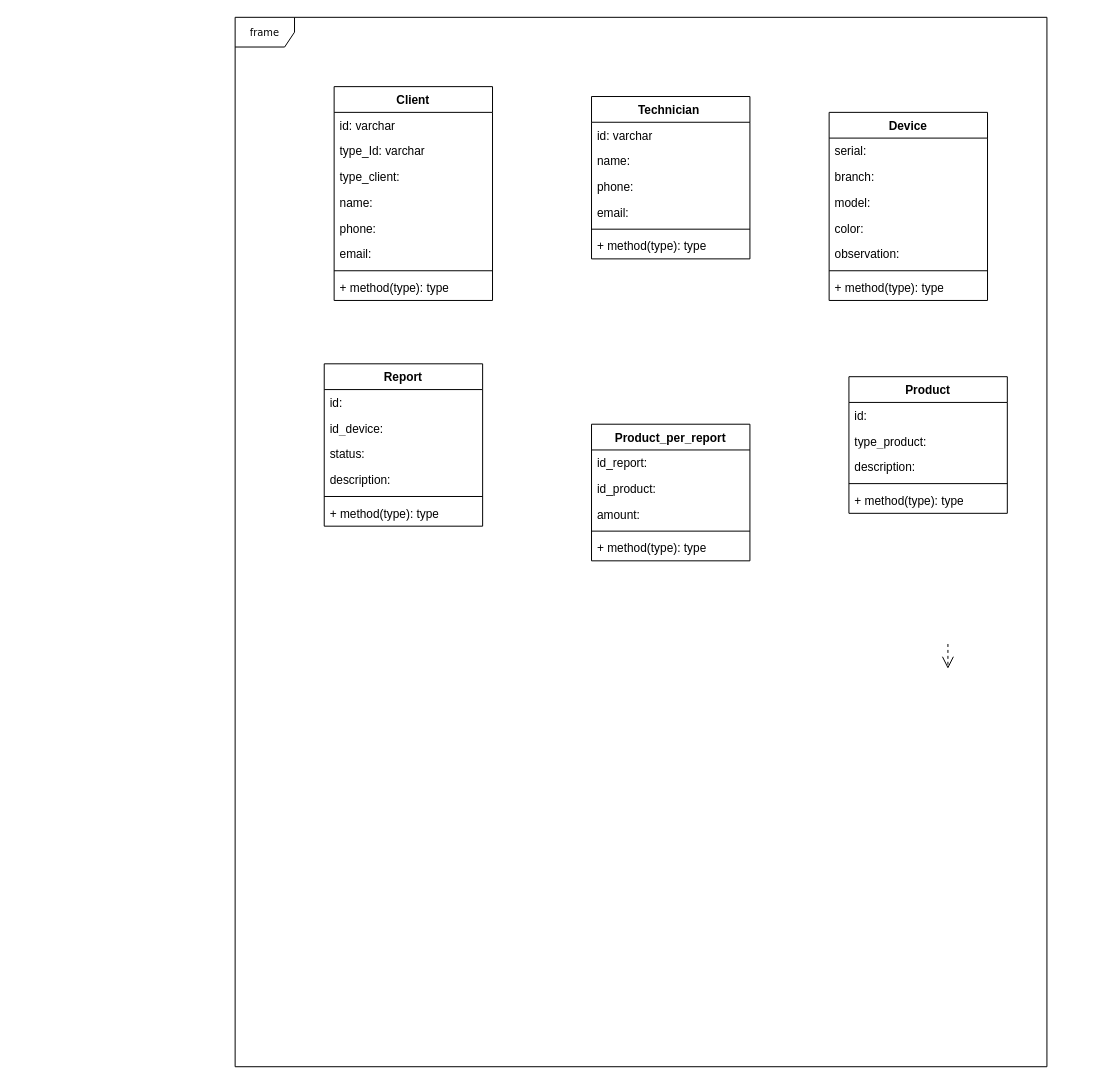
Alejo2304/website_projects keeps this draw.io diagram as projects/tech_support/Tech_support.drawio. Above is the earlier version. Source tidied: cells renumbered, new cells numbered last; positions are measured from the earlier drawing's top-left corner, leaving out a move shared by most shapes. Both pictures are drawn from the tidied source at 99%, with x=0, y=0 at pixel (235, 17).
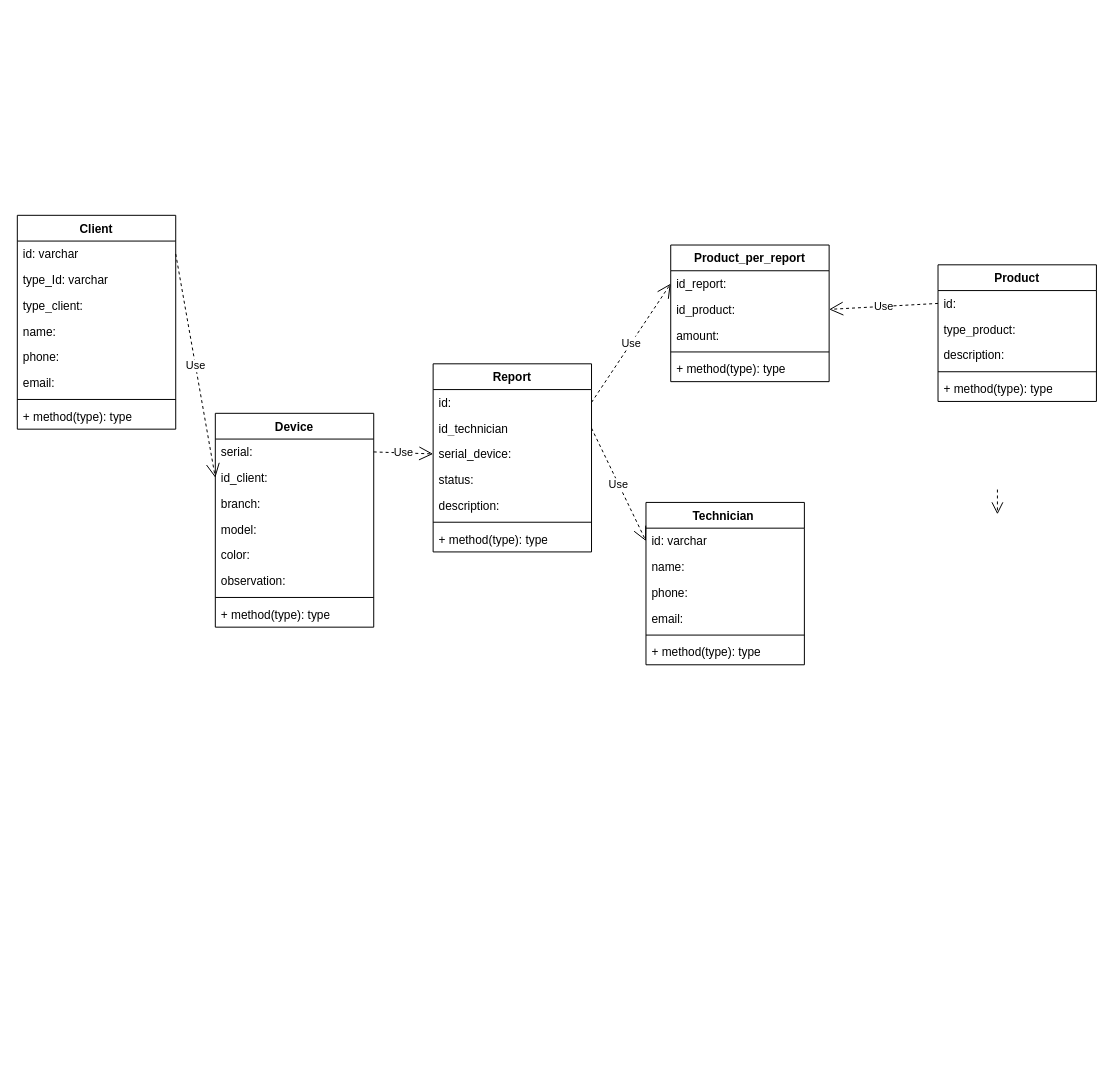
The same diagram, later.

The change refers to these unchanged cells:
```xml
<mxCell id="5" value="id: varchar" style="text;strokeColor=none;fillColor=none;align=left;verticalAlign=top;spacingLeft=4;spacingRight=4;overflow=hidden;points=[[0,0.5],[1,0.5]];portConstraint=eastwest;whiteSpace=wrap;html=1;" parent="4" vertex="1">
  <mxGeometry y="26" width="160" height="26" as="geometry" />
</mxCell>
<mxCell id="14" value="id: varchar&lt;div&gt;&lt;br/&gt;&lt;/div&gt;" style="text;strokeColor=none;fillColor=none;align=left;verticalAlign=top;spacingLeft=4;spacingRight=4;overflow=hidden;points=[[0,0.5],[1,0.5]];portConstraint=eastwest;whiteSpace=wrap;html=1;" parent="13" vertex="1">
  <mxGeometry y="26" width="160" height="26" as="geometry" />
</mxCell>
<mxCell id="21" value="serial:&amp;nbsp;&lt;div&gt;&lt;br/&gt;&lt;/div&gt;" style="text;strokeColor=none;fillColor=none;align=left;verticalAlign=top;spacingLeft=4;spacingRight=4;overflow=hidden;points=[[0,0.5],[1,0.5]];portConstraint=eastwest;whiteSpace=wrap;html=1;" parent="20" vertex="1">
  <mxGeometry y="26" width="160" height="26" as="geometry" />
</mxCell>
<mxCell id="29" value="id:" style="text;strokeColor=none;fillColor=none;align=left;verticalAlign=top;spacingLeft=4;spacingRight=4;overflow=hidden;points=[[0,0.5],[1,0.5]];portConstraint=eastwest;whiteSpace=wrap;html=1;" parent="28" vertex="1">
  <mxGeometry y="26" width="160" height="26" as="geometry" />
</mxCell>
<mxCell id="36" value="id:&amp;nbsp;&lt;div&gt;&lt;br/&gt;&lt;/div&gt;" style="text;strokeColor=none;fillColor=none;align=left;verticalAlign=top;spacingLeft=4;spacingRight=4;overflow=hidden;points=[[0,0.5],[1,0.5]];portConstraint=eastwest;whiteSpace=wrap;html=1;" parent="35" vertex="1">
  <mxGeometry y="26" width="160" height="26" as="geometry" />
</mxCell>
<mxCell id="42" value="id_report:" style="text;strokeColor=none;fillColor=none;align=left;verticalAlign=top;spacingLeft=4;spacingRight=4;overflow=hidden;points=[[0,0.5],[1,0.5]];portConstraint=eastwest;whiteSpace=wrap;html=1;" parent="41" vertex="1">
  <mxGeometry y="26" width="160" height="26" as="geometry" />
</mxCell>
<mxCell id="43" value="id_product:" style="text;strokeColor=none;fillColor=none;align=left;verticalAlign=top;spacingLeft=4;spacingRight=4;overflow=hidden;points=[[0,0.5],[1,0.5]];portConstraint=eastwest;whiteSpace=wrap;html=1;" parent="41" vertex="1">
  <mxGeometry y="52" width="160" height="26" as="geometry" />
</mxCell>
```

Change to the diagram source:
```diff
@@
-    <mxCell id="2" value="frame" style="shape=umlFrame;whiteSpace=wrap;html=1;rounded=0;shadow=0;comic=0;labelBackgroundColor=none;strokeWidth=1;fontFamily=Verdana;fontSize=10;align=center;" parent="1" vertex="1">
-      <mxGeometry width="820" height="1060" as="geometry" />
-    </mxCell>
     <mxCell id="3" style="edgeStyle=orthogonalEdgeStyle;rounded=0;html=1;dashed=1;labelBackgroundColor=none;startFill=0;endArrow=open;endFill=0;endSize=10;fontFamily=Verdana;fontSize=10;" parent="1" edge="1">
       <mxGeometry relative="1" as="geometry">
-        <mxPoint x="720" y="633" as="sourcePoint" />
-        <mxPoint x="720" y="658" as="targetPoint" />
+        <mxPoint x="770" y="477" as="sourcePoint" />
+        <mxPoint x="770" y="502" as="targetPoint" />
       </mxGeometry>
     </mxCell>
     <mxCell id="4" value="Client" style="swimlane;fontStyle=1;align=center;verticalAlign=top;horizontal=1;startSize=26;whiteSpace=wrap;html=1;" parent="1" vertex="1">
-      <mxGeometry x="100" y="70" width="160" height="216" as="geometry" />
+      <mxGeometry x="-220" y="200" width="160" height="216" as="geometry" />
     </mxCell>
@@
     <mxCell id="13" value="Technician&amp;nbsp;" style="swimlane;fontStyle=1;align=center;verticalAlign=top;horizontal=1;startSize=26;whiteSpace=wrap;html=1;" parent="1" vertex="1">
-      <mxGeometry x="360" y="80" width="160" height="164" as="geometry" />
+      <mxGeometry x="415" y="490" width="160" height="164" as="geometry" />
     </mxCell>
@@
     <mxCell id="20" value="Device" style="swimlane;fontStyle=1;align=center;verticalAlign=top;horizontal=1;startSize=26;whiteSpace=wrap;html=1;" parent="1" vertex="1">
-      <mxGeometry x="600" y="96" width="160" height="190" as="geometry" />
+      <mxGeometry x="-20" y="400" width="160" height="216" as="geometry" />
     </mxCell>
@@
+    <mxCell id="47" value="id_client:" style="text;strokeColor=none;fillColor=none;align=left;verticalAlign=top;spacingLeft=4;spacingRight=4;overflow=hidden;points=[[0,0.5],[1,0.5]];portConstraint=eastwest;whiteSpace=wrap;html=1;" parent="20" vertex="1">
+      <mxGeometry y="52" width="160" height="26" as="geometry" />
+    </mxCell>
     <mxCell id="22" value="branch:&lt;div&gt;&lt;br/&gt;&lt;/div&gt;" style="text;strokeColor=none;fillColor=none;align=left;verticalAlign=top;spacingLeft=4;spacingRight=4;overflow=hidden;whiteSpace=wrap;html=1;" parent="20" vertex="1">
-      <mxGeometry y="52" width="160" height="26" as="geometry" />
+      <mxGeometry y="78" width="160" height="26" as="geometry" />
     </mxCell>
     <mxCell id="23" value="model:" style="text;strokeColor=none;fillColor=none;align=left;verticalAlign=top;spacingLeft=4;spacingRight=4;overflow=hidden;whiteSpace=wrap;html=1;" parent="20" vertex="1">
-      <mxGeometry y="78" width="160" height="26" as="geometry" />
+      <mxGeometry y="104" width="160" height="26" as="geometry" />
     </mxCell>
     <mxCell id="24" value="color:" style="text;strokeColor=none;fillColor=none;align=left;verticalAlign=top;spacingLeft=4;spacingRight=4;overflow=hidden;whiteSpace=wrap;html=1;" parent="20" vertex="1">
-      <mxGeometry y="104" width="160" height="26" as="geometry" />
+      <mxGeometry y="130" width="160" height="26" as="geometry" />
     </mxCell>
     <mxCell id="25" value="observation:&amp;nbsp;" style="text;strokeColor=none;fillColor=none;align=left;verticalAlign=top;spacingLeft=4;spacingRight=4;overflow=hidden;whiteSpace=wrap;html=1;" parent="20" vertex="1">
-      <mxGeometry y="130" width="160" height="26" as="geometry" />
+      <mxGeometry y="156" width="160" height="26" as="geometry" />
     </mxCell>
     <mxCell id="26" style="line;strokeWidth=1;fillColor=none;align=left;verticalAlign=middle;spacingTop=-1;spacingLeft=3;spacingRight=3;labelPosition=right;strokeColor=inherit;" parent="20" vertex="1">
-      <mxGeometry y="156" width="160" height="8" as="geometry" />
+      <mxGeometry y="182" width="160" height="8" as="geometry" />
     </mxCell>
     <mxCell id="27" value="+ method(type): type" style="text;strokeColor=none;fillColor=none;align=left;verticalAlign=top;spacingLeft=4;spacingRight=4;overflow=hidden;whiteSpace=wrap;html=1;" parent="20" vertex="1">
-      <mxGeometry y="164" width="160" height="26" as="geometry" />
+      <mxGeometry y="190" width="160" height="26" as="geometry" />
     </mxCell>
     <mxCell id="28" value="Report" style="swimlane;fontStyle=1;align=center;verticalAlign=top;horizontal=1;startSize=26;whiteSpace=wrap;html=1;" parent="1" vertex="1">
-      <mxGeometry x="90" y="350" width="160" height="164" as="geometry" />
+      <mxGeometry x="200" y="350" width="160" height="190" as="geometry" />
     </mxCell>
@@
+    <mxCell id="48" value="id_technician" style="text;strokeColor=none;fillColor=none;align=left;verticalAlign=top;spacingLeft=4;spacingRight=4;overflow=hidden;points=[[0,0.5],[1,0.5]];portConstraint=eastwest;whiteSpace=wrap;html=1;" parent="28" vertex="1">
+      <mxGeometry y="52" width="160" height="26" as="geometry" />
+    </mxCell>
-    <mxCell id="30" value="id_device:" style="text;strokeColor=none;fillColor=none;align=left;verticalAlign=top;spacingLeft=4;spacingRight=4;overflow=hidden;points=[[0,0.5],[1,0.5]];portConstraint=eastwest;whiteSpace=wrap;html=1;" parent="28" vertex="1">
-      <mxGeometry y="52" width="160" height="26" as="geometry" />
+    <mxCell id="30" value="serial_device:" style="text;strokeColor=none;fillColor=none;align=left;verticalAlign=top;spacingLeft=4;spacingRight=4;overflow=hidden;points=[[0,0.5],[1,0.5]];portConstraint=eastwest;whiteSpace=wrap;html=1;" parent="28" vertex="1">
+      <mxGeometry y="78" width="160" height="26" as="geometry" />
     </mxCell>
     <mxCell id="31" value="status:&lt;br&gt;&lt;span style=&quot;white-space: pre;&quot;&gt;&#9;&lt;/span&gt;&lt;span style=&quot;white-space: pre;&quot;&gt;&#9;&lt;/span&gt;&lt;span style=&quot;white-space: pre;&quot;&gt;&#9;&lt;/span&gt;&lt;span style=&quot;white-space: pre;&quot;&gt;&#9;&lt;/span&gt;&lt;span style=&quot;white-space: pre;&quot;&gt;&#9;&lt;/span&gt;&lt;span style=&quot;white-space: pre;&quot;&gt;&#9;&lt;/span&gt;&lt;span style=&quot;white-space: pre;&quot;&gt;&#9;&lt;/span&gt;" style="text;strokeColor=none;fillColor=none;align=left;verticalAlign=top;spacingLeft=4;spacingRight=4;overflow=hidden;whiteSpace=wrap;html=1;" parent="28" vertex="1">
-      <mxGeometry y="78" width="160" height="26" as="geometry" />
+      <mxGeometry y="104" width="160" height="26" as="geometry" />
     </mxCell>
     <mxCell id="32" value="description:" style="text;strokeColor=none;fillColor=none;align=left;verticalAlign=top;spacingLeft=4;spacingRight=4;overflow=hidden;whiteSpace=wrap;html=1;" parent="28" vertex="1">
-      <mxGeometry y="104" width="160" height="26" as="geometry" />
+      <mxGeometry y="130" width="160" height="26" as="geometry" />
     </mxCell>
     <mxCell id="33" style="line;strokeWidth=1;fillColor=none;align=left;verticalAlign=middle;spacingTop=-1;spacingLeft=3;spacingRight=3;labelPosition=right;strokeColor=inherit;" parent="28" vertex="1">
-      <mxGeometry y="130" width="160" height="8" as="geometry" />
+      <mxGeometry y="156" width="160" height="8" as="geometry" />
     </mxCell>
     <mxCell id="34" value="+ method(type): type" style="text;strokeColor=none;fillColor=none;align=left;verticalAlign=top;spacingLeft=4;spacingRight=4;overflow=hidden;whiteSpace=wrap;html=1;" parent="28" vertex="1">
-      <mxGeometry y="138" width="160" height="26" as="geometry" />
+      <mxGeometry y="164" width="160" height="26" as="geometry" />
     </mxCell>
     <mxCell id="35" value="Product" style="swimlane;fontStyle=1;align=center;verticalAlign=top;horizontal=1;startSize=26;whiteSpace=wrap;html=1;" parent="1" vertex="1">
-      <mxGeometry x="620" y="363" width="160" height="138" as="geometry" />
+      <mxGeometry x="710" y="250" width="160" height="138" as="geometry" />
     </mxCell>
@@
     <mxCell id="41" value="Product_per_report" style="swimlane;fontStyle=1;align=center;verticalAlign=top;horizontal=1;startSize=26;whiteSpace=wrap;html=1;" parent="1" vertex="1">
-      <mxGeometry x="360" y="411" width="160" height="138" as="geometry" />
+      <mxGeometry x="440" y="230" width="160" height="138" as="geometry" />
     </mxCell>
@@
+    <mxCell id="49" value="Use" style="endArrow=open;endSize=12;dashed=1;html=1;rounded=0;exitX=1;exitY=0.5;exitDx=0;exitDy=0;entryX=0;entryY=0.5;entryDx=0;entryDy=0;" parent="1" edge="1" source="29" target="42">
+      <mxGeometry relative="1" as="geometry" />
+    </mxCell>
+    <mxCell id="50" value="Use" style="endArrow=open;endSize=12;dashed=1;html=1;rounded=0;exitX=0;exitY=0.5;exitDx=0;exitDy=0;entryX=1;entryY=0.5;entryDx=0;entryDy=0;" parent="1" edge="1" source="36" target="43">
+      <mxGeometry relative="1" as="geometry" />
+    </mxCell>
+    <mxCell id="51" value="Use" style="endArrow=open;endSize=12;dashed=1;html=1;rounded=0;exitX=1;exitY=0.5;exitDx=0;exitDy=0;entryX=0;entryY=0.5;entryDx=0;entryDy=0;" parent="1" edge="1" source="48" target="14">
+      <mxGeometry relative="1" as="geometry" />
+    </mxCell>
+    <mxCell id="52" value="Use" style="endArrow=open;endSize=12;dashed=1;html=1;rounded=0;exitX=1;exitY=0.5;exitDx=0;exitDy=0;entryX=0;entryY=0.5;entryDx=0;entryDy=0;" parent="1" edge="1" source="5" target="47">
+      <mxGeometry relative="1" as="geometry" />
+    </mxCell>
+    <mxCell id="53" value="Use" style="endArrow=open;endSize=12;dashed=1;html=1;rounded=0;exitX=1;exitY=0.5;exitDx=0;exitDy=0;entryX=0;entryY=0.5;entryDx=0;entryDy=0;" parent="1" edge="1" source="21" target="30">
+      <mxGeometry relative="1" as="geometry" />
+    </mxCell>
```
